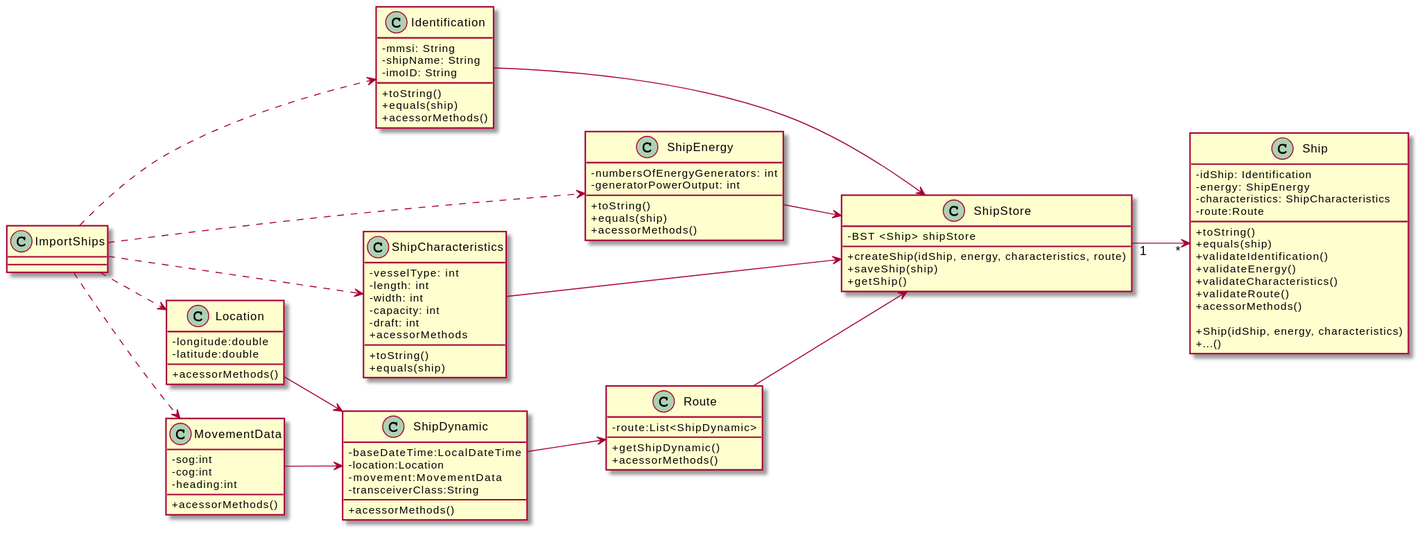
RuiRioPina/CargoMaster keeps this PlantUML diagram as docs/US101/US101_CD.svg. Above is the earlier version. Source of this version:
```plantuml
@startuml
skinparam classAttributeIconSize 0
left to right direction



class Identification {
-mmsi: String
-shipName: String
-imoID: String
+toString()
+equals(ship)
+acessorMethods()
}

class ShipEnergy {
- numbersOfEnergyGenerators: int
- generatorPowerOutput: int
+toString()
+equals(ship)
+acessorMethods()
}

class ShipCharacteristics {
- vesselType: int
- length: int
- width: int
- capacity: int
- draft: int
+toString()
+equals(ship)
+acessorMethods
}

Class "Ship"{
-idShip: Identification
-energy: ShipEnergy
-characteristics: ShipCharacteristics
-route:Route
+toString()
+equals(ship)
+validateIdentification()
+validateEnergy()
+validateCharacteristics()
+validateRoute()
+acessorMethods()

+Ship(idShip, energy, characteristics)
+...()
}

class ShipStore {
  -BST <Ship> shipStore
  +createShip(idShip, energy, characteristics, route)
  +saveShip(ship)
  +getShip()
}

class ImportShips {
}

Class "ShipDynamic" {
-baseDateTime:LocalDateTime
-location:Location
-movement:MovementData
-transceiverClass:String
+acessorMethods()
}

Class "Location" {
-longitude:double
-latitude:double
+acessorMethods()
}

Class "Route" {
-route:List<ShipDynamic>
+getShipDynamic()
+acessorMethods()
}

Class "MovementData" {
-sog:int
-cog:int
-heading:int
+acessorMethods()
}

ImportShips ..> Identification
ImportShips ..> ShipEnergy
ImportShips ..> ShipCharacteristics
ImportShips ..> MovementData
ImportShips ..> Location
ShipCharacteristics --> ShipStore
ShipEnergy --> ShipStore
Identification --> ShipStore
ShipDynamic --> Route
Route --> ShipStore
Location --> ShipDynamic
MovementData --> ShipDynamic
ShipStore "1" --> "*" Ship
@enduml
```
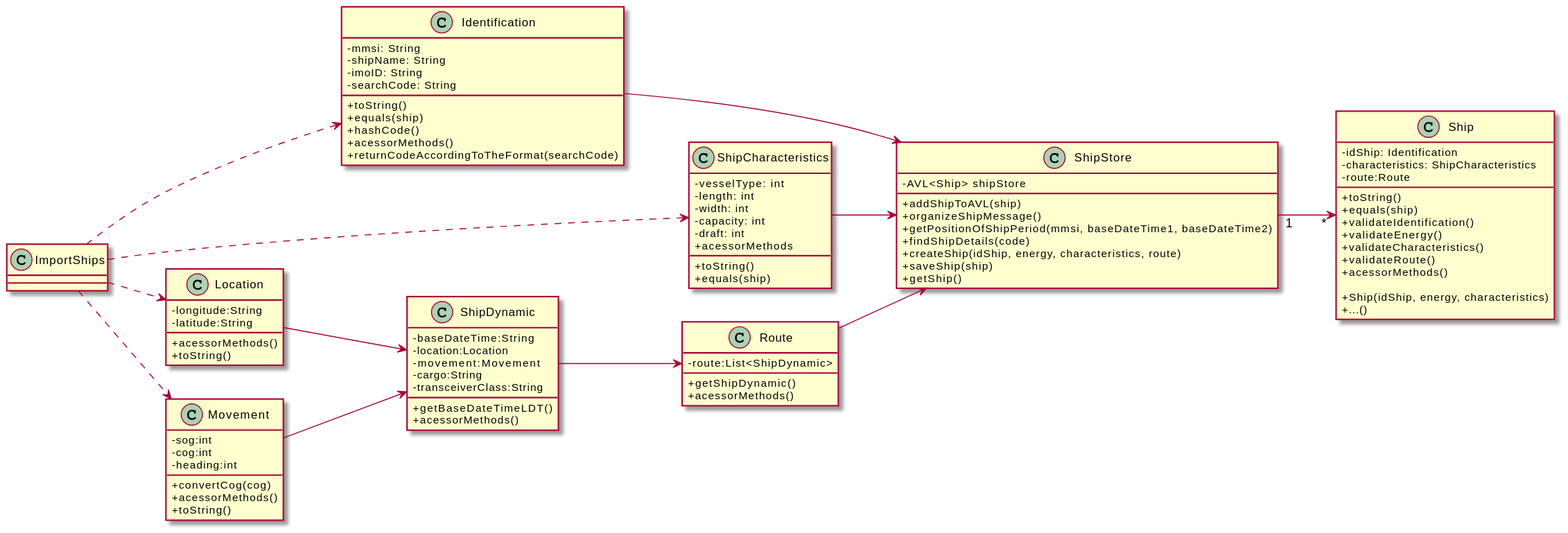
The same file after the commit.

What changed in the source:
```diff
@@ -8,17 +8,13 @@
 -mmsi: String
 -shipName: String
 -imoID: String
+-searchCode: String
 +toString()
 +equals(ship)
++hashCode()
 +acessorMethods()
-}
++returnCodeAccordingToTheFormat(searchCode)
 
-class ShipEnergy {
-- numbersOfEnergyGenerators: int
-- generatorPowerOutput: int
-+toString()
-+equals(ship)
-+acessorMethods()
 }
 
 class ShipCharacteristics {
@@ -34,7 +30,6 @@
 
 Class "Ship"{
 -idShip: Identification
--energy: ShipEnergy
 -characteristics: ShipCharacteristics
 -route:Route
 +toString()
@@ -50,7 +45,11 @@
 }
 
 class ShipStore {
-  -BST <Ship> shipStore
+  -AVL<Ship> shipStore
+  +addShipToAVL(ship)
+  +organizeShipMessage()
+  +getPositionOfShipPeriod(mmsi, baseDateTime1, baseDateTime2)
+  +findShipDetails(code)
   +createShip(idShip, energy, characteristics, route)
   +saveShip(ship)
   +getShip()
@@ -60,17 +59,20 @@
 }
 
 Class "ShipDynamic" {
--baseDateTime:LocalDateTime
+-baseDateTime:String
 -location:Location
--movement:MovementData
+-movement:Movement
+-cargo:String
 -transceiverClass:String
++getBaseDateTimeLDT()
 +acessorMethods()
 }
 
 Class "Location" {
--longitude:double
--latitude:double
+-longitude:String
+-latitude:String
 +acessorMethods()
++toString()
 }
 
 Class "Route" {
@@ -79,24 +81,24 @@
 +acessorMethods()
 }
 
-Class "MovementData" {
+Class "Movement" {
 -sog:int
 -cog:int
 -heading:int
++convertCog(cog)
 +acessorMethods()
++toString()
 }
 
 ImportShips ..> Identification
-ImportShips ..> ShipEnergy
 ImportShips ..> ShipCharacteristics
-ImportShips ..> MovementData
+ImportShips ..> Movement
 ImportShips ..> Location
 ShipCharacteristics --> ShipStore
-ShipEnergy --> ShipStore
 Identification --> ShipStore
 ShipDynamic --> Route
 Route --> ShipStore
 Location --> ShipDynamic
-MovementData --> ShipDynamic
+Movement --> ShipDynamic
 ShipStore "1" --> "*" Ship
 @enduml
```
